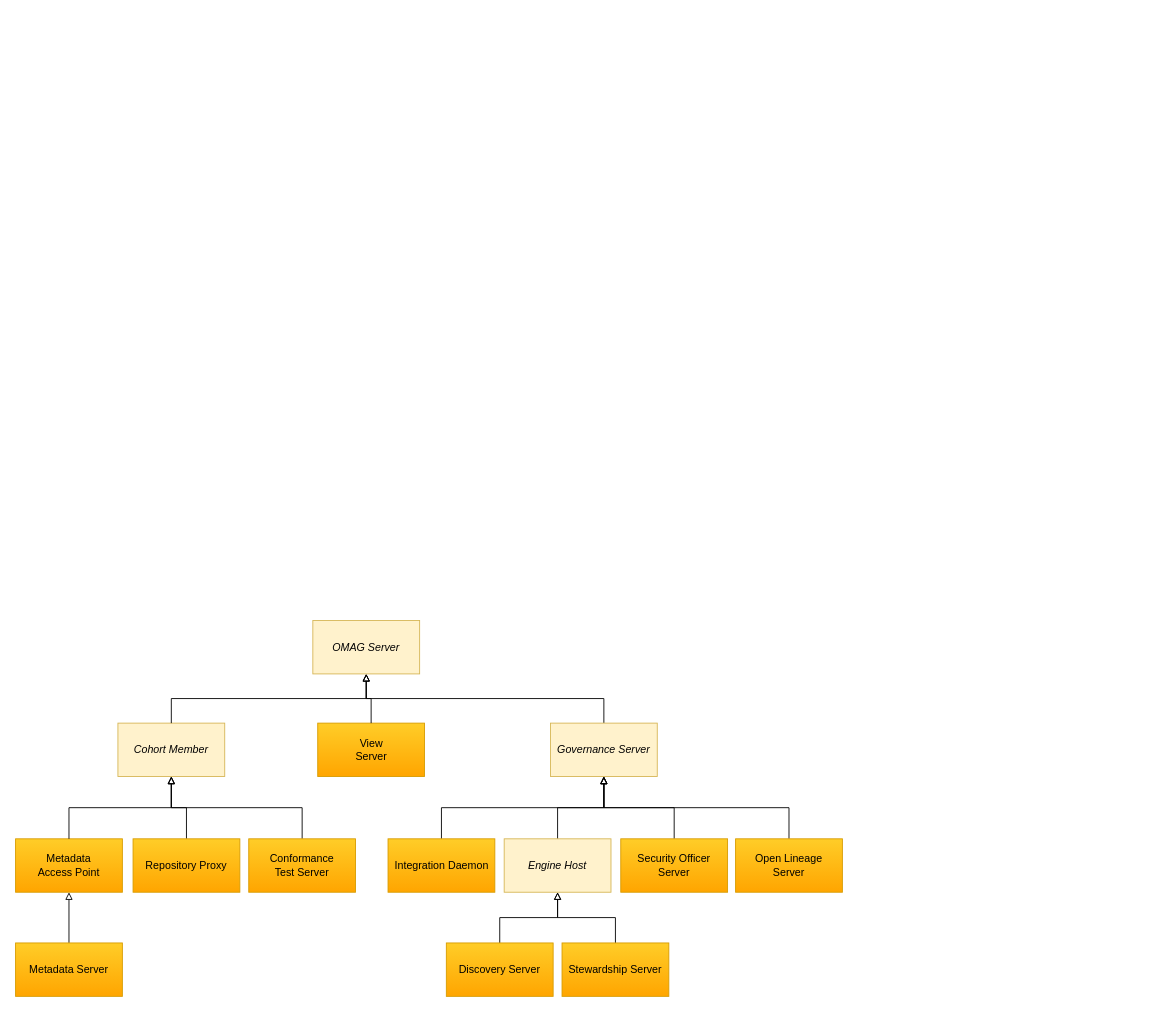
odpi/egeria keeps this draw.io diagram as page "types-of-omag-servers" (2 of 27) of open-metadata-implementation/admin-services/docs/egeria-operations.drawio. Above is the earlier version. Source tidied: cells renumbered, new cells numbered last; positions are measured from the earlier drawing's top-left corner, leaving out a move shared by most shapes. Both pictures are drawn from the tidied source at 89%, with x=0, y=0 at pixel (15, 620).
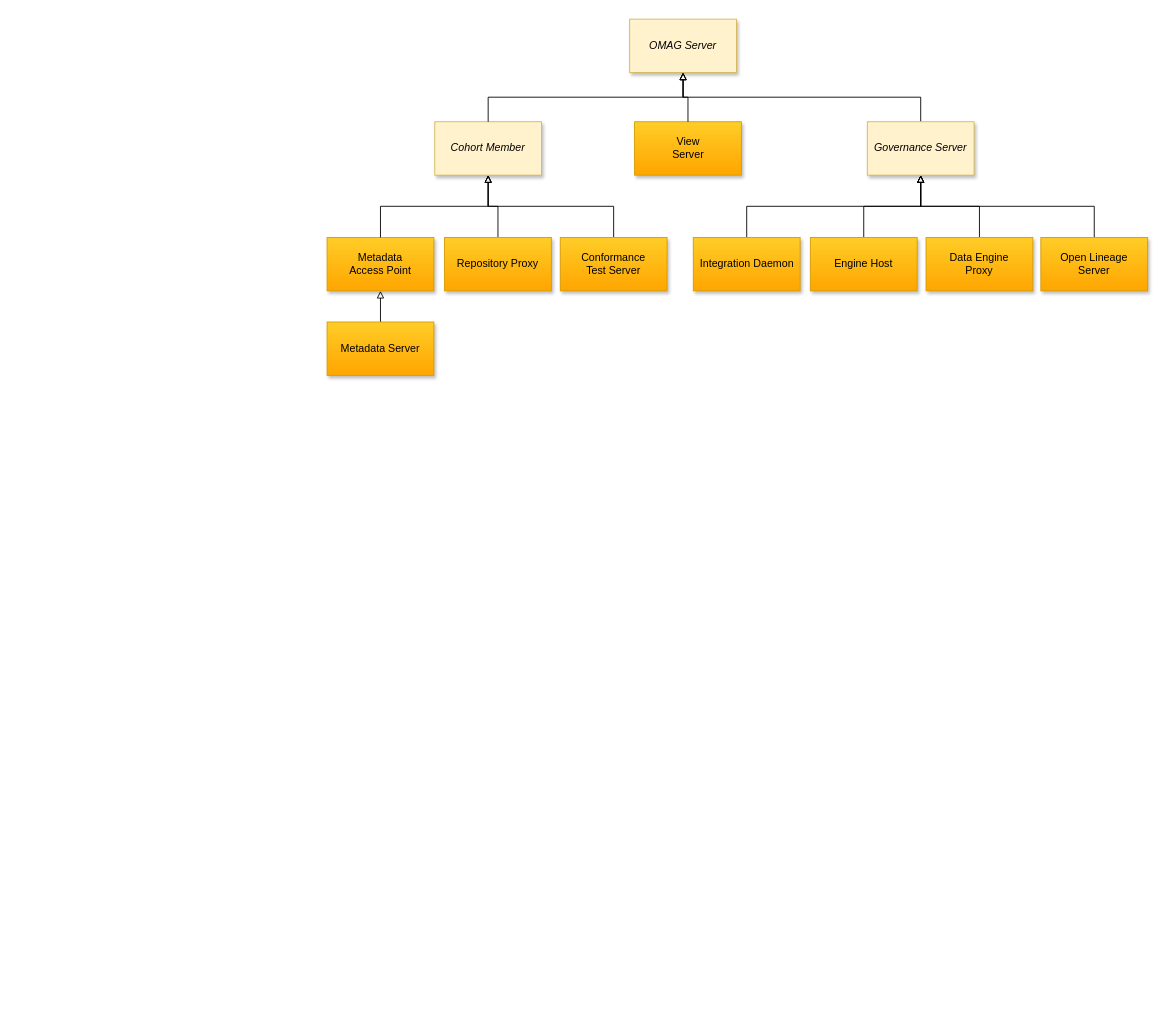
After the change.

The edit, as a diff of the source:
```diff
@@
-    <mxCell id="2" style="edgeStyle=orthogonalEdgeStyle;rounded=0;jettySize=auto;html=1;exitX=0.5;exitY=0;exitDx=0;exitDy=0;endArrow=block;endFill=0;" parent="1" edge="1" source="3" target="13">
-      <mxGeometry relative="1" as="geometry" />
-    </mxCell>
-    <mxCell id="3" value="Engine Host" style="rounded=0;whiteSpace=wrap;html=1;fillColor=#fff2cc;strokeColor=#d6b656;fontStyle=2;" parent="1" vertex="1">
-      <mxGeometry x="549" y="245" width="120" height="60" as="geometry" />
-    </mxCell>
-    <mxCell id="4" style="edgeStyle=orthogonalEdgeStyle;rounded=0;jettySize=auto;html=1;exitX=0.5;exitY=0;exitDx=0;exitDy=0;entryX=0.5;entryY=1;entryDx=0;entryDy=0;endArrow=block;endFill=0;" parent="1" edge="1" source="5" target="3">
+    <mxCell id="4" style="edgeStyle=orthogonalEdgeStyle;rounded=0;jettySize=auto;html=1;exitX=0.5;exitY=0;exitDx=0;exitDy=0;entryX=0.5;entryY=1;entryDx=0;entryDy=0;endArrow=block;endFill=0;" parent="1" edge="1" source="5" target="13">
       <mxGeometry relative="1" as="geometry" />
     </mxCell>
-    <mxCell id="5" value="Discovery Server&lt;br&gt;" style="rounded=0;whiteSpace=wrap;html=1;fillColor=#ffcd28;strokeColor=#d79b00;gradientColor=#ffa500;" parent="1" vertex="1">
-      <mxGeometry x="484" y="362" width="120" height="60" as="geometry" />
+    <mxCell id="5" value="Engine Host" style="rounded=0;whiteSpace=wrap;html=1;fillColor=#ffcd28;strokeColor=#d79b00;gradientColor=#ffa500;shadow=1;" parent="1" vertex="1">
+      <mxGeometry x="893" y="-430.7" width="120" height="60" as="geometry" />
     </mxCell>
-    <mxCell id="6" style="edgeStyle=orthogonalEdgeStyle;rounded=0;jettySize=auto;html=1;exitX=0.5;exitY=0;exitDx=0;exitDy=0;entryX=0.5;entryY=1;entryDx=0;entryDy=0;endArrow=block;endFill=0;" parent="1" edge="1" source="7" target="3">
-      <mxGeometry relative="1" as="geometry" />
-    </mxCell>
-    <mxCell id="7" value="Stewardship Server&lt;br&gt;" style="rounded=0;whiteSpace=wrap;html=1;fillColor=#ffcd28;strokeColor=#d79b00;gradientColor=#ffa500;" parent="1" vertex="1">
-      <mxGeometry x="614" y="362" width="120" height="60" as="geometry" />
-    </mxCell>
@@
-    <mxCell id="9" value="Conformance&lt;br&gt;Test Server" style="rounded=0;whiteSpace=wrap;html=1;fillColor=#ffcd28;strokeColor=#d79b00;gradientColor=#ffa500;" parent="1" vertex="1">
-      <mxGeometry x="262" y="245" width="120" height="60" as="geometry" />
+    <mxCell id="9" value="Conformance&lt;br&gt;Test Server" style="rounded=0;whiteSpace=wrap;html=1;fillColor=#ffcd28;strokeColor=#d79b00;gradientColor=#ffa500;shadow=1;" parent="1" vertex="1">
+      <mxGeometry x="612" y="-430.7" width="120" height="60" as="geometry" />
     </mxCell>
@@
-    <mxCell id="11" value="Repository Proxy" style="rounded=0;whiteSpace=wrap;html=1;fillColor=#ffcd28;strokeColor=#d79b00;gradientColor=#ffa500;" parent="1" vertex="1">
-      <mxGeometry x="132" y="245" width="120" height="60" as="geometry" />
+    <mxCell id="11" value="Repository Proxy" style="rounded=0;whiteSpace=wrap;html=1;fillColor=#ffcd28;strokeColor=#d79b00;gradientColor=#ffa500;shadow=1;" parent="1" vertex="1">
+      <mxGeometry x="482" y="-430.7" width="120" height="60" as="geometry" />
     </mxCell>
@@
-    <mxCell id="13" value="Governance Server" style="rounded=0;whiteSpace=wrap;html=1;fillColor=#fff2cc;strokeColor=#d6b656;fontStyle=2;" parent="1" vertex="1">
-      <mxGeometry x="601" y="115" width="120" height="60" as="geometry" />
+    <mxCell id="13" value="Governance Server" style="rounded=0;whiteSpace=wrap;html=1;fillColor=#fff2cc;strokeColor=#d6b656;fontStyle=2;shadow=1;" parent="1" vertex="1">
+      <mxGeometry x="957" y="-560.7" width="120" height="60" as="geometry" />
     </mxCell>
@@
-    <mxCell id="15" value="Metadata Server" style="rounded=0;whiteSpace=wrap;html=1;fillColor=#ffcd28;strokeColor=#d79b00;gradientColor=#ffa500;" parent="1" vertex="1">
-      <mxGeometry y="362" width="120" height="60" as="geometry" />
+    <mxCell id="15" value="Metadata Server" style="rounded=0;whiteSpace=wrap;html=1;fillColor=#ffcd28;strokeColor=#d79b00;gradientColor=#ffa500;shadow=1;" parent="1" vertex="1">
+      <mxGeometry x="350" y="-335.7" width="120" height="60" as="geometry" />
     </mxCell>
@@
-    <mxCell id="17" value="Security Officer Server" style="rounded=0;whiteSpace=wrap;html=1;fillColor=#ffcd28;strokeColor=#d79b00;gradientColor=#ffa500;" parent="1" vertex="1">
-      <mxGeometry x="680" y="245" width="120" height="60" as="geometry" />
+    <mxCell id="17" value="Data Engine&lt;br&gt;Proxy" style="rounded=0;whiteSpace=wrap;html=1;fillColor=#ffcd28;strokeColor=#d79b00;gradientColor=#ffa500;shadow=1;" parent="1" vertex="1">
+      <mxGeometry x="1023" y="-430.7" width="120" height="60" as="geometry" />
     </mxCell>
@@
-    <mxCell id="19" value="Open Lineage&lt;br&gt;Server" style="rounded=0;whiteSpace=wrap;html=1;fillColor=#ffcd28;strokeColor=#d79b00;gradientColor=#ffa500;" parent="1" vertex="1">
-      <mxGeometry x="809" y="245" width="120" height="60" as="geometry" />
+    <mxCell id="19" value="Open Lineage&lt;br&gt;Server" style="rounded=0;whiteSpace=wrap;html=1;fillColor=#ffcd28;strokeColor=#d79b00;gradientColor=#ffa500;shadow=1;" parent="1" vertex="1">
+      <mxGeometry x="1152" y="-430.7" width="120" height="60" as="geometry" />
     </mxCell>
-    <mxCell id="20" value="Cohort Member" style="rounded=0;whiteSpace=wrap;html=1;fillColor=#fff2cc;strokeColor=#d6b656;fontStyle=2;" parent="1" vertex="1">
-      <mxGeometry x="115" y="115" width="120" height="60" as="geometry" />
+    <mxCell id="20" value="Cohort Member" style="rounded=0;whiteSpace=wrap;html=1;fillColor=#fff2cc;strokeColor=#d6b656;fontStyle=2;shadow=1;" parent="1" vertex="1">
+      <mxGeometry x="471" y="-560.7" width="120" height="60" as="geometry" />
     </mxCell>
@@
-    <mxCell id="22" value="Integration Daemon" style="rounded=0;whiteSpace=wrap;html=1;fillColor=#ffcd28;strokeColor=#d79b00;fontStyle=0;gradientColor=#ffa500;" parent="1" vertex="1">
-      <mxGeometry x="418.5" y="245" width="120" height="60" as="geometry" />
+    <mxCell id="22" value="Integration Daemon" style="rounded=0;whiteSpace=wrap;html=1;fillColor=#ffcd28;strokeColor=#d79b00;fontStyle=0;gradientColor=#ffa500;shadow=1;" parent="1" vertex="1">
+      <mxGeometry x="761.5" y="-430.7" width="120" height="60" as="geometry" />
     </mxCell>
-    <mxCell id="23" value="OMAG Server" style="rounded=0;whiteSpace=wrap;html=1;fillColor=#fff2cc;strokeColor=#d6b656;fontStyle=2;" parent="1" vertex="1">
-      <mxGeometry x="334" y="-0.3" width="120" height="60" as="geometry" />
+    <mxCell id="23" value="OMAG Server" style="rounded=0;whiteSpace=wrap;html=1;fillColor=#fff2cc;strokeColor=#d6b656;fontStyle=2;shadow=1;" parent="1" vertex="1">
+      <mxGeometry x="690" y="-676" width="120" height="60" as="geometry" />
     </mxCell>
-    <mxCell id="24" value="Metadata&lt;br&gt;Access Point" style="rounded=0;whiteSpace=wrap;html=1;fillColor=#ffcd28;strokeColor=#d79b00;gradientColor=#ffa500;" parent="1" vertex="1">
-      <mxGeometry y="245" width="120" height="60" as="geometry" />
+    <mxCell id="24" value="Metadata&lt;br&gt;Access Point" style="rounded=0;whiteSpace=wrap;html=1;fillColor=#ffcd28;strokeColor=#d79b00;gradientColor=#ffa500;shadow=1;" parent="1" vertex="1">
+      <mxGeometry x="350" y="-430.7" width="120" height="60" as="geometry" />
     </mxCell>
@@
-    <mxCell id="27" value="View&lt;br&gt;Server" style="rounded=0;whiteSpace=wrap;html=1;fillColor=#ffcd28;strokeColor=#d79b00;gradientColor=#ffa500;" parent="1" vertex="1">
-      <mxGeometry x="339.5" y="115" width="120" height="60" as="geometry" />
+    <mxCell id="27" value="View&lt;br&gt;Server" style="rounded=0;whiteSpace=wrap;html=1;fillColor=#ffcd28;strokeColor=#d79b00;gradientColor=#ffa500;shadow=1;" parent="1" vertex="1">
+      <mxGeometry x="695.5" y="-560.7" width="120" height="60" as="geometry" />
     </mxCell>
```
